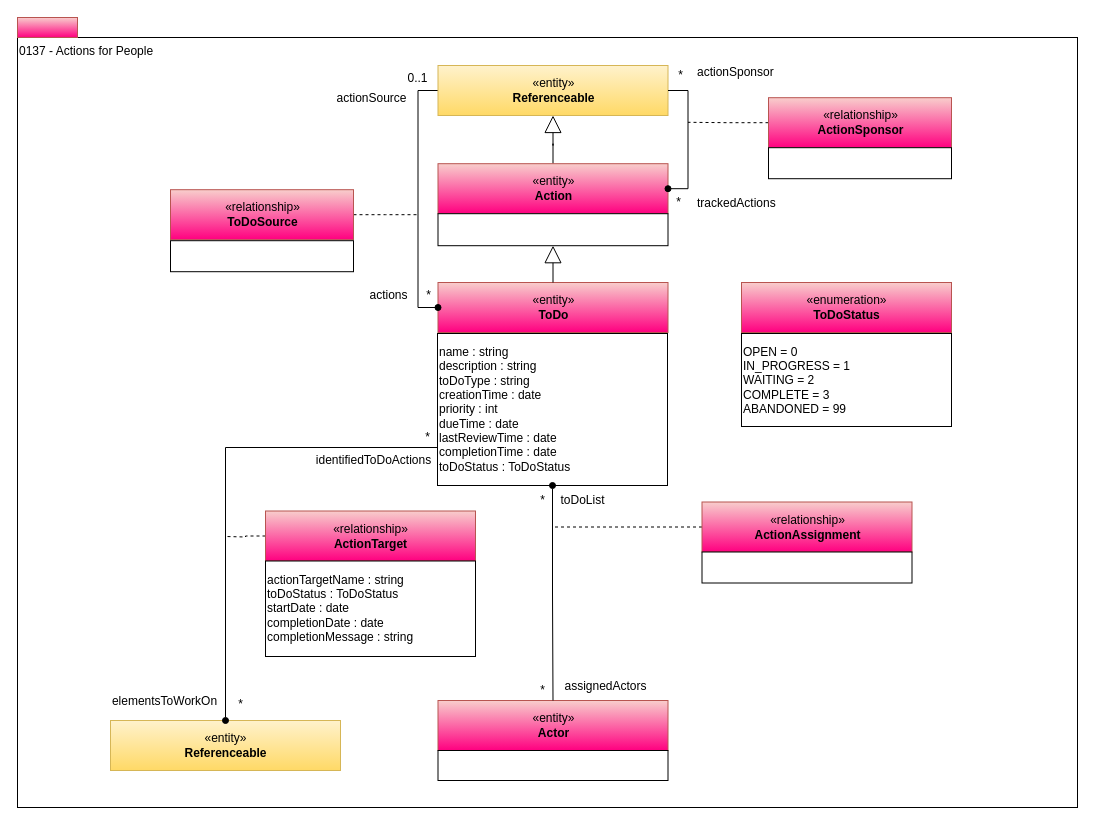
odpi/egeria-docs keeps this draw.io diagram as page "0137-Actions" (12 of 16) of site/docs/types/1/area-1-collaboration.drawio. Above is the earlier version. Source tidied: cells renumbered, new cells numbered last; positions are measured from the earlier drawing's top-left corner, leaving out a move shared by most shapes. Both pictures are drawn from the tidied source at 100%, with x=0, y=0 at pixel (17, 17).
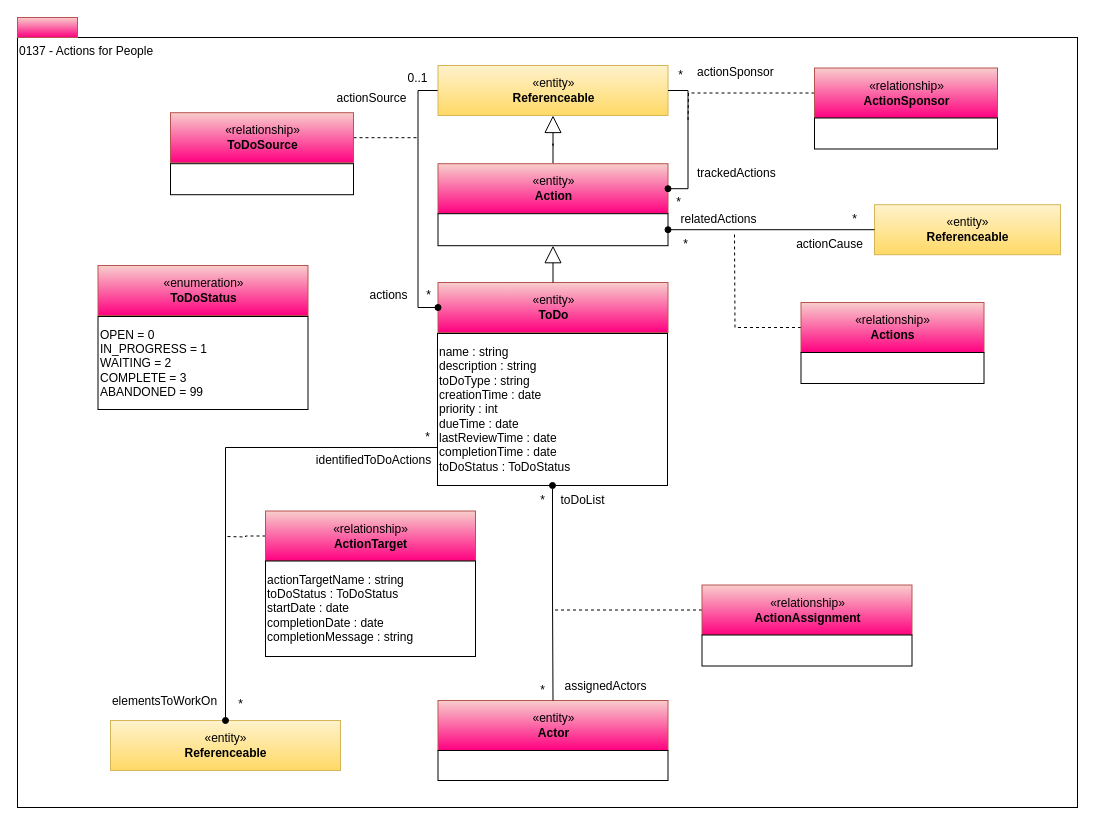
The same diagram, later.

Unchanged cells that the change refers to:
```xml
<mxCell id="45" style="rounded=0;whiteSpace=wrap;html=1;align=left;" parent="1" vertex="1">
  <mxGeometry x="420.5" y="196.2" width="230" height="32" as="geometry" />
</mxCell>
```

Diff of the diagram source:
```diff
@@
     <mxCell id="8" value="«relationship»&lt;br&gt;&lt;b&gt;ActionSponsor&lt;/b&gt;" style="html=1;strokeColor=#b85450;align=center;fillColor=#f8cecc;gradientColor=#FF0080;" parent="1" vertex="1">
-      <mxGeometry x="751" y="80.2" width="183" height="50" as="geometry" />
+      <mxGeometry x="797" y="50.5" width="183" height="50" as="geometry" />
     </mxCell>
@@
     <mxCell id="13" style="rounded=0;whiteSpace=wrap;html=1;strokeColor=#000000;gradientColor=#ffffff;align=left;" parent="1" vertex="1">
-      <mxGeometry x="751" y="130.2" width="183" height="31" as="geometry" />
+      <mxGeometry x="797" y="100.5" width="183" height="31" as="geometry" />
     </mxCell>
@@
     <mxCell id="15" value="trackedActions" style="text;html=1;align=left;verticalAlign=top;spacingTop=-4;" parent="1" vertex="1">
-      <mxGeometry x="677.5" y="176.2" width="100" height="20" as="geometry" />
+      <mxGeometry x="677.5" y="146.2" width="100" height="20" as="geometry" />
     </mxCell>
@@
     <mxCell id="18" style="edgeStyle=orthogonalEdgeStyle;rounded=0;html=1;exitX=0;exitY=0.5;endArrow=none;endFill=0;jettySize=auto;dashed=1;" parent="1" edge="1" source="19">
       <mxGeometry relative="1" as="geometry">
-        <mxPoint x="534.5" y="509.5" as="targetPoint" />
+        <mxPoint x="534.5" y="592.5" as="targetPoint" />
       </mxGeometry>
     </mxCell>
     <mxCell id="19" value="«relationship»&lt;br&gt;&lt;b&gt;ActionAssignment&lt;/b&gt;" style="html=1;strokeColor=#b85450;align=center;fillColor=#f8cecc;gradientColor=#FF0080;" parent="1" vertex="1">
-      <mxGeometry x="684.5" y="484.5" width="210" height="50" as="geometry" />
+      <mxGeometry x="684.5" y="567.5" width="210" height="50" as="geometry" />
     </mxCell>
     <mxCell id="20" style="rounded=0;whiteSpace=wrap;html=1;strokeColor=#000000;gradientColor=#ffffff;align=left;" parent="1" vertex="1">
-      <mxGeometry x="684.5" y="534.5" width="210" height="31" as="geometry" />
+      <mxGeometry x="684.5" y="617.5" width="210" height="31" as="geometry" />
     </mxCell>
@@
     <mxCell id="25" value="«enumeration»&lt;br&gt;&lt;span&gt;&lt;b&gt;ToDoStatus&lt;/b&gt;&lt;/span&gt;&lt;br&gt;" style="html=1;strokeColor=#b85450;align=center;fillColor=#f8cecc;gradientColor=#FF0080;" parent="1" vertex="1">
-      <mxGeometry x="724" y="265" width="210" height="50" as="geometry" />
+      <mxGeometry x="80.5" y="248" width="210" height="50" as="geometry" />
     </mxCell>
     <mxCell id="26" value="&lt;div style=&quot;text-align: left&quot;&gt;OPEN = 0&lt;/div&gt;&lt;div style=&quot;text-align: left&quot;&gt;IN_PROGRESS = 1&lt;/div&gt;&lt;div style=&quot;text-align: left&quot;&gt;WAITING = 2&lt;/div&gt;&lt;div style=&quot;text-align: left&quot;&gt;COMPLETE = 3&lt;/div&gt;&lt;div style=&quot;text-align: left&quot;&gt;&lt;span&gt;ABANDONED = 99&lt;/span&gt;&lt;br&gt;&lt;/div&gt;" style="rounded=0;whiteSpace=wrap;html=1;strokeColor=#000000;gradientColor=#ffffff;align=left;" parent="1" vertex="1">
-      <mxGeometry x="724" y="316" width="210" height="93" as="geometry" />
+      <mxGeometry x="80.5" y="299" width="210" height="93" as="geometry" />
     </mxCell>
@@
     <mxCell id="31" style="edgeStyle=orthogonalEdgeStyle;rounded=0;html=1;exitX=1;exitY=0.5;endArrow=none;endFill=0;jettySize=auto;dashed=1;exitDx=0;exitDy=0;" parent="1" edge="1" source="32">
       <mxGeometry relative="1" as="geometry">
-        <mxPoint x="399.5" y="197.2" as="targetPoint" />
+        <mxPoint x="399.5" y="120.2" as="targetPoint" />
       </mxGeometry>
     </mxCell>
     <mxCell id="32" value="«relationship»&lt;br&gt;&lt;b&gt;ToDoSource&lt;/b&gt;" style="html=1;strokeColor=#b85450;align=center;fillColor=#f8cecc;gradientColor=#FF0080;" parent="1" vertex="1">
-      <mxGeometry x="153" y="172.2" width="183" height="50" as="geometry" />
+      <mxGeometry x="153" y="95.2" width="183" height="50" as="geometry" />
     </mxCell>
     <mxCell id="33" style="rounded=0;whiteSpace=wrap;html=1;strokeColor=#000000;gradientColor=#ffffff;align=left;" parent="1" vertex="1">
-      <mxGeometry x="153" y="223.2" width="183" height="31" as="geometry" />
+      <mxGeometry x="153" y="146.2" width="183" height="31" as="geometry" />
     </mxCell>
@@
+    <mxCell id="48" value="«entity»&lt;br&gt;&lt;b&gt;Referenceable&lt;/b&gt;" style="html=1;strokeColor=#d6b656;align=center;fillColor=#fff2cc;gradientColor=#ffd966;" parent="1" vertex="1">
+      <mxGeometry x="857" y="187.2" width="186" height="50" as="geometry" />
+    </mxCell>
+    <mxCell id="49" style="edgeStyle=orthogonalEdgeStyle;rounded=0;jettySize=auto;html=1;entryX=1;entryY=0.5;entryDx=0;entryDy=0;endArrow=oval;endFill=1;" parent="1" edge="1" source="48" target="45">
+      <mxGeometry relative="1" as="geometry" />
+    </mxCell>
+    <mxCell id="50" value="relatedActions" style="text;html=1;align=center;verticalAlign=middle;strokeColor=none;fillColor=none;" parent="1" vertex="1">
+      <mxGeometry x="650.5" y="187.2" width="100" height="30" as="geometry" />
+    </mxCell>
+    <mxCell id="51" style="edgeStyle=orthogonalEdgeStyle;rounded=0;html=1;exitX=0;exitY=0.5;endArrow=none;endFill=0;jettySize=auto;dashed=1;" parent="1" edge="1" source="52">
+      <mxGeometry relative="1" as="geometry">
+        <mxPoint x="717" y="215" as="targetPoint" />
+      </mxGeometry>
+    </mxCell>
+    <mxCell id="52" value="«relationship»&lt;br&gt;&lt;b&gt;Actions&lt;/b&gt;" style="html=1;strokeColor=#b85450;align=center;fillColor=#f8cecc;gradientColor=#FF0080;" parent="1" vertex="1">
+      <mxGeometry x="783.5" y="285" width="183" height="50" as="geometry" />
+    </mxCell>
+    <mxCell id="53" style="rounded=0;whiteSpace=wrap;html=1;strokeColor=#000000;gradientColor=#ffffff;align=left;" parent="1" vertex="1">
+      <mxGeometry x="783.5" y="335" width="183" height="31" as="geometry" />
+    </mxCell>
+    <mxCell id="54" value="actionCause" style="text;html=1;align=center;verticalAlign=middle;strokeColor=none;fillColor=none;" parent="1" vertex="1">
+      <mxGeometry x="767" y="212.2" width="90" height="30" as="geometry" />
+    </mxCell>
+    <mxCell id="55" value="*" style="text;html=1;align=center;verticalAlign=top;spacingTop=-4;" parent="1" vertex="1">
+      <mxGeometry x="657.5" y="217.2" width="20" height="20" as="geometry" />
+    </mxCell>
+    <mxCell id="56" value="*" style="text;html=1;align=center;verticalAlign=top;spacingTop=-4;" parent="1" vertex="1">
+      <mxGeometry x="827" y="192.2" width="20" height="20" as="geometry" />
+    </mxCell>
```
